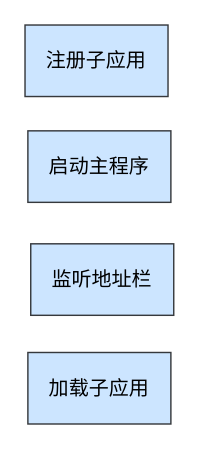
Above: page "qiankun设计" (2 of 5) of Micro-Frontend.drawio in waterwatermelon/graph (draw.io), before the change. Source tidied: cells renumbered, new cells numbered last; positions are measured from the earlier drawing's top-left corner, leaving out a move shared by most shapes. Both pictures are drawn from the tidied source at 143%, with x=0, y=0 at pixel (24, 24).
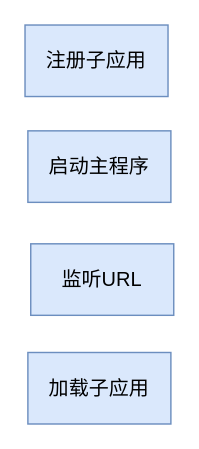
The same page after the edit.

The edit, as a diff of the source:
```diff
@@
 <mxGraphModel>
   <root>
     <mxCell id="0" />
     <mxCell id="1" parent="0" />
-    <mxCell id="2" value="&lt;font style=&quot;font-size: 14px;&quot;&gt;注册子应用&lt;/font&gt;" style="rounded=0;whiteSpace=wrap;html=1;fillColor=#cce5ff;strokeColor=#36393d;" parent="1" vertex="1">
+    <mxCell id="2" value="&lt;font style=&quot;font-size: 14px;&quot;&gt;注册子应用&lt;/font&gt;" style="rounded=0;whiteSpace=wrap;html=1;fillColor=#dae8fc;strokeColor=#6c8ebf;" parent="1" vertex="1">
       <mxGeometry width="100" height="50" as="geometry" />
     </mxCell>
-    <mxCell id="3" value="&lt;font&gt;&lt;span style=&quot;font-size: 14px;&quot;&gt;启动主程序&lt;/span&gt;&lt;/font&gt;" style="rounded=0;whiteSpace=wrap;html=1;fillColor=#cce5ff;strokeColor=#36393d;" parent="1" vertex="1">
+    <mxCell id="3" value="&lt;font&gt;&lt;span style=&quot;font-size: 14px;&quot;&gt;启动主程序&lt;/span&gt;&lt;/font&gt;" style="rounded=0;whiteSpace=wrap;html=1;fillColor=#dae8fc;strokeColor=#6c8ebf;" parent="1" vertex="1">
       <mxGeometry x="2" y="74" width="100" height="50" as="geometry" />
     </mxCell>
-    <mxCell id="4" value="&lt;font&gt;&lt;span style=&quot;font-size: 14px;&quot;&gt;监听地址栏&lt;/span&gt;&lt;/font&gt;" style="rounded=0;whiteSpace=wrap;html=1;fillColor=#cce5ff;strokeColor=#36393d;" parent="1" vertex="1">
+    <mxCell id="4" value="&lt;font&gt;&lt;span style=&quot;font-size: 14px;&quot;&gt;监听URL&lt;/span&gt;&lt;/font&gt;" style="rounded=0;whiteSpace=wrap;html=1;fillColor=#dae8fc;strokeColor=#6c8ebf;" parent="1" vertex="1">
       <mxGeometry x="4" y="153" width="100" height="50" as="geometry" />
     </mxCell>
-    <mxCell id="5" value="&lt;font style=&quot;font-size: 14px;&quot;&gt;加载子应用&lt;/font&gt;" style="rounded=0;whiteSpace=wrap;html=1;fillColor=#cce5ff;strokeColor=#36393d;" parent="1" vertex="1">
+    <mxCell id="5" value="&lt;font style=&quot;font-size: 14px;&quot;&gt;加载子应用&lt;/font&gt;" style="rounded=0;whiteSpace=wrap;html=1;fillColor=#dae8fc;strokeColor=#6c8ebf;" parent="1" vertex="1">
       <mxGeometry x="2" y="229" width="100" height="50" as="geometry" />
     </mxCell>
   </root>
 </mxGraphModel>
```
